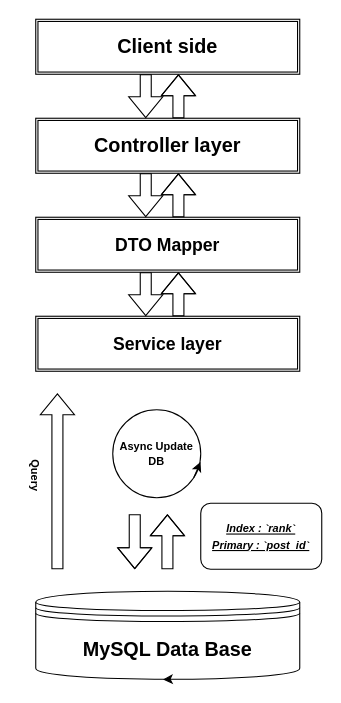
YamtalDev/HackerNews-API keeps this draw.io diagram as diagram.drawio. Above is the earlier version. Source tidied: cells renumbered, new cells numbered last; positions are measured from the earlier drawing's top-left corner, leaving out a move shared by most shapes. Both pictures are drawn from the tidied source at 110%, with x=0, y=0 at pixel (2, 19).
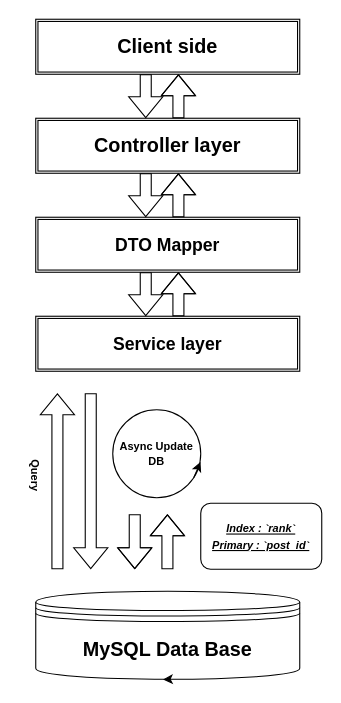
The same page after the edit.

Change to the diagram source:
```diff
@@
+    <mxCell id="22" style="shape=flexArrow;endArrow=classic;html=1;strokeColor=#000000;fillColor=none;rounded=0;" parent="1" edge="1">
+      <mxGeometry relative="1" as="geometry">
+        <mxPoint x="80" y="340" as="sourcePoint" />
+        <mxPoint x="80" y="500" as="targetPoint" />
+      </mxGeometry>
+    </mxCell>
```
